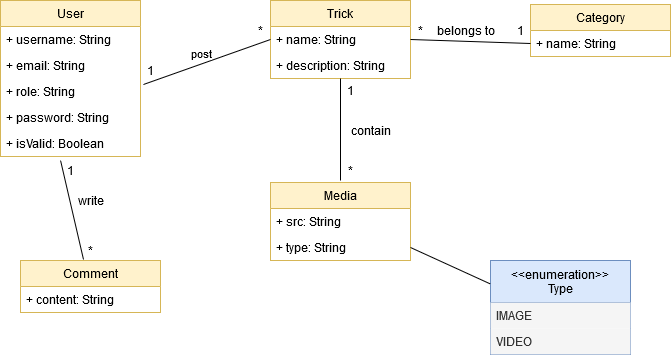
This is diagrams/Class.png from Eredost/SnowTricks, a draw.io export, as it was before one commit. Source tidied: cells renumbered, new cells last; positions are measured from the earlier drawing's top-left corner, leaving out a move shared by most shapes.
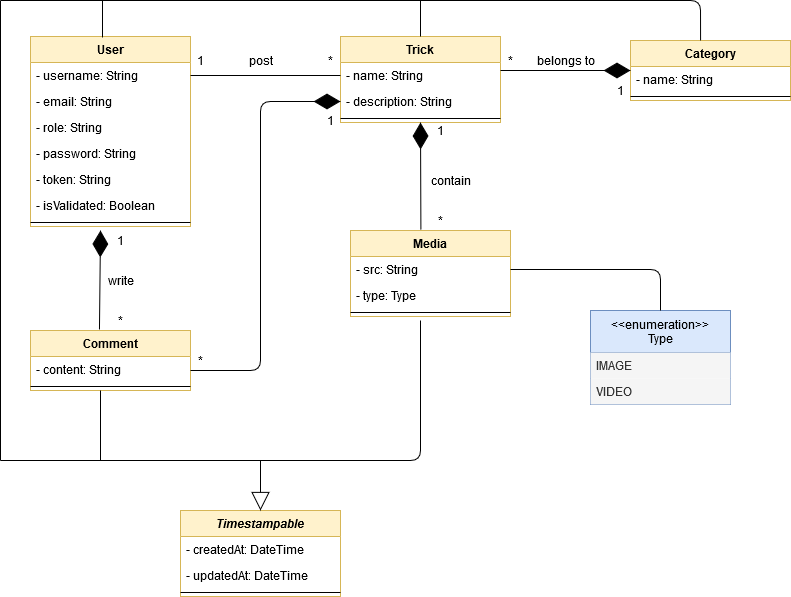
The same file after the commit.

Commit message:
docs: update class diagram

Diff of the diagram source:
```diff
@@ -2,56 +2,41 @@
   <root>
     <mxCell id="0" />
     <mxCell id="1" parent="0" />
-    <mxCell id="2" value="User" style="swimlane;fontStyle=0;horizontal=1;startSize=26;fillColor=#fff2cc;strokeColor=#d6b656;" parent="1" vertex="1">
-      <mxGeometry width="140" height="156" as="geometry" />
-    </mxCell>
-    <mxCell id="3" value="+ username: String" style="text;strokeColor=none;fillColor=none;align=left;verticalAlign=top;spacingLeft=4;spacingRight=4;overflow=hidden;" parent="2" vertex="1">
-      <mxGeometry y="26" width="140" height="26" as="geometry" />
-    </mxCell>
-    <mxCell id="4" value="+ email: String" style="text;strokeColor=none;fillColor=none;align=left;verticalAlign=top;spacingLeft=4;spacingRight=4;overflow=hidden;" parent="2" vertex="1">
-      <mxGeometry y="52" width="140" height="26" as="geometry" />
-    </mxCell>
-    <mxCell id="5" value="+ role: String" style="text;strokeColor=none;fillColor=none;align=left;verticalAlign=top;spacingLeft=4;spacingRight=4;overflow=hidden;points=[[0,0.5],[1,0.5]];portConstraint=eastwest;" parent="2" vertex="1">
-      <mxGeometry y="78" width="140" height="26" as="geometry" />
-    </mxCell>
-    <mxCell id="6" value="+ password: String" style="text;strokeColor=none;fillColor=none;align=left;verticalAlign=top;spacingLeft=4;spacingRight=4;overflow=hidden;" parent="2" vertex="1">
-      <mxGeometry y="104" width="140" height="26" as="geometry" />
-    </mxCell>
-    <mxCell id="7" value="+ isValid: Boolean" style="text;strokeColor=none;fillColor=none;align=left;verticalAlign=top;spacingLeft=4;spacingRight=4;overflow=hidden;points=[[0,0.5],[1,0.5]];portConstraint=eastwest;" parent="2" vertex="1">
-      <mxGeometry y="130" width="140" height="26" as="geometry" />
-    </mxCell>
-    <mxCell id="8" value="Comment" style="swimlane;fontStyle=0;horizontal=1;startSize=26;fillColor=#fff2cc;strokeColor=#d6b656;" parent="1" vertex="1">
-      <mxGeometry x="20" y="260" width="140" height="52" as="geometry" />
-    </mxCell>
-    <mxCell id="9" value="+ content: String" style="text;strokeColor=none;fillColor=none;align=left;verticalAlign=top;spacingLeft=4;spacingRight=4;overflow=hidden;" parent="8" vertex="1">
-      <mxGeometry y="26" width="140" height="26" as="geometry" />
-    </mxCell>
+    <mxCell id="13" value="Category" style="swimlane;fontStyle=1;align=center;verticalAlign=top;horizontal=1;startSize=26;fillColor=#fff2cc;strokeColor=#d6b656;" parent="1" vertex="1">
+      <mxGeometry x="550" y="420" width="160" height="60" as="geometry" />
+    </mxCell>
+    <mxCell id="38" value="- name: String" style="text;strokeColor=none;fillColor=none;align=left;verticalAlign=top;spacingLeft=4;spacingRight=4;overflow=hidden;" parent="13" vertex="1">
+      <mxGeometry y="26" width="160" height="26" as="geometry" />
+    </mxCell>
+    <mxCell id="39" style="line;strokeWidth=1;fillColor=none;align=left;verticalAlign=middle;spacingTop=-1;spacingLeft=3;spacingRight=3;labelPosition=right;" parent="13" vertex="1">
+      <mxGeometry y="52" width="160" height="8" as="geometry" />
+    </mxCell>
-    <mxCell id="10" value="Trick" style="swimlane;fontStyle=0;horizontal=1;startSize=26;fillColor=#fff2cc;strokeColor=#d6b656;" parent="1" vertex="1">
-      <mxGeometry x="270" width="140" height="78" as="geometry" />
+    <mxCell id="10" value="Trick" style="swimlane;fontStyle=1;align=center;verticalAlign=top;horizontal=1;startSize=26;fillColor=#fff2cc;strokeColor=#d6b656;" parent="1" vertex="1">
+      <mxGeometry x="260" y="416" width="160" height="86" as="geometry" />
     </mxCell>
-    <mxCell id="11" value="+ name: String" style="text;strokeColor=none;fillColor=none;align=left;verticalAlign=top;spacingLeft=4;spacingRight=4;overflow=hidden;points=[[0,0.5],[1,0.5]];portConstraint=eastwest;" parent="10" vertex="1">
-      <mxGeometry y="26" width="140" height="26" as="geometry" />
-    </mxCell>
-    <mxCell id="12" value="+ description: String" style="text;strokeColor=none;fillColor=none;align=left;verticalAlign=top;spacingLeft=4;spacingRight=4;overflow=hidden;" parent="10" vertex="1">
-      <mxGeometry y="52" width="140" height="26" as="geometry" />
-    </mxCell>
-    <mxCell id="13" value="Category" style="swimlane;fontStyle=0;horizontal=1;startSize=26;fillColor=#fff2cc;strokeColor=#d6b656;" parent="1" vertex="1">
-      <mxGeometry x="530" y="4" width="140" height="52" as="geometry" />
-    </mxCell>
-    <mxCell id="14" value="+ name: String" style="text;strokeColor=none;fillColor=none;align=left;verticalAlign=top;spacingLeft=4;spacingRight=4;overflow=hidden;points=[[0,0.5],[1,0.5]];portConstraint=eastwest;" parent="13" vertex="1">
-      <mxGeometry y="26" width="140" height="26" as="geometry" />
-    </mxCell>
+    <mxCell id="40" value="- name: String" style="text;strokeColor=none;fillColor=none;align=left;verticalAlign=top;spacingLeft=4;spacingRight=4;overflow=hidden;points=[[0,0.5],[1,0.5]];portConstraint=eastwest;" parent="10" vertex="1">
+      <mxGeometry y="26" width="160" height="26" as="geometry" />
+    </mxCell>
+    <mxCell id="41" value="- description: String" style="text;strokeColor=none;fillColor=none;align=left;verticalAlign=top;spacingLeft=4;spacingRight=4;overflow=hidden;points=[[0,0.5],[1,0.5]];portConstraint=eastwest;" parent="10" vertex="1">
+      <mxGeometry y="52" width="160" height="26" as="geometry" />
+    </mxCell>
+    <mxCell id="42" style="line;strokeWidth=1;fillColor=none;align=left;verticalAlign=middle;spacingTop=-1;spacingLeft=3;spacingRight=3;labelPosition=right;" parent="10" vertex="1">
+      <mxGeometry y="78" width="160" height="8" as="geometry" />
+    </mxCell>
-    <mxCell id="15" value="Media" style="swimlane;fontStyle=0;horizontal=1;startSize=26;fillColor=#fff2cc;strokeColor=#d6b656;" parent="1" vertex="1">
-      <mxGeometry x="270" y="182" width="140" height="78" as="geometry" />
+    <mxCell id="15" value="Media" style="swimlane;fontStyle=1;align=center;verticalAlign=top;horizontal=1;startSize=26;fillColor=#fff2cc;strokeColor=#d6b656;" parent="1" vertex="1">
+      <mxGeometry x="270" y="610" width="160" height="86" as="geometry" />
     </mxCell>
-    <mxCell id="16" value="+ src: String" style="text;strokeColor=none;fillColor=none;align=left;verticalAlign=top;spacingLeft=4;spacingRight=4;overflow=hidden;" parent="15" vertex="1">
-      <mxGeometry y="26" width="140" height="26" as="geometry" />
-    </mxCell>
-    <mxCell id="17" value="+ type: String" style="text;strokeColor=none;fillColor=none;align=left;verticalAlign=top;spacingLeft=4;spacingRight=4;overflow=hidden;points=[[0,0.5],[1,0.5]];portConstraint=eastwest;" parent="15" vertex="1">
-      <mxGeometry y="52" width="140" height="26" as="geometry" />
-    </mxCell>
+    <mxCell id="43" value="- src: String" style="text;strokeColor=none;fillColor=none;align=left;verticalAlign=top;spacingLeft=4;spacingRight=4;overflow=hidden;points=[[0,0.5],[1,0.5]];portConstraint=eastwest;" parent="15" vertex="1">
+      <mxGeometry y="26" width="160" height="26" as="geometry" />
+    </mxCell>
+    <mxCell id="44" value="- type: Type" style="text;strokeColor=none;fillColor=none;align=left;verticalAlign=top;spacingLeft=4;spacingRight=4;overflow=hidden;" parent="15" vertex="1">
+      <mxGeometry y="52" width="160" height="26" as="geometry" />
+    </mxCell>
+    <mxCell id="45" style="line;strokeWidth=1;fillColor=none;align=left;verticalAlign=middle;spacingTop=-1;spacingLeft=3;spacingRight=3;labelPosition=right;" parent="15" vertex="1">
+      <mxGeometry y="78" width="160" height="8" as="geometry" />
+    </mxCell>
     <mxCell id="18" value="&lt;&lt;enumeration&gt;&gt;&#10;Type" style="swimlane;fontStyle=0;horizontal=1;startSize=42;fillColor=#dae8fc;strokeColor=#6c8ebf;" parent="1" vertex="1">
-      <mxGeometry x="490" y="260" width="140" height="94" as="geometry" />
+      <mxGeometry x="510" y="690" width="140" height="94" as="geometry" />
     </mxCell>
     <mxCell id="19" value="IMAGE" style="text;align=left;verticalAlign=top;spacingLeft=4;spacingRight=4;overflow=hidden;fontColor=#333333;fillColor=#f5f5f5;" parent="18" vertex="1">
       <mxGeometry y="42" width="140" height="26" as="geometry" />
@@ -59,60 +44,169 @@
     <mxCell id="20" value="VIDEO" style="text;fillColor=#f5f5f5;align=left;verticalAlign=top;spacingLeft=4;spacingRight=4;overflow=hidden;fontColor=#333333;" parent="18" vertex="1">
       <mxGeometry y="68" width="140" height="26" as="geometry" />
     </mxCell>
-    <mxCell id="21" style="endArrow=none;html=1;exitX=1.021;exitY=0.231;exitDx=0;exitDy=0;exitPerimeter=0;entryX=0;entryY=0.5;entryDx=0;entryDy=0;" parent="1" edge="1" source="5" target="11">
-      <mxGeometry relative="1" as="geometry" />
-    </mxCell>
+    <mxCell id="46" style="endArrow=none;html=1;exitX=1;exitY=0.5;exitDx=0;exitDy=0;entryX=0.5;entryY=0;entryDx=0;entryDy=0;" parent="1" edge="1" source="43" target="18">
+      <mxGeometry relative="1" as="geometry">
+        <Array as="points">
+          <mxPoint x="580" y="649" />
+        </Array>
+      </mxGeometry>
+    </mxCell>
+    <mxCell id="2" value="User" style="swimlane;fontStyle=1;align=center;verticalAlign=top;horizontal=1;startSize=26;fillColor=#fff2cc;strokeColor=#d6b656;" parent="1" vertex="1">
+      <mxGeometry x="-50" y="416" width="160" height="190" as="geometry" />
+    </mxCell>
+    <mxCell id="47" value="- username: String" style="text;strokeColor=none;fillColor=none;align=left;verticalAlign=top;spacingLeft=4;spacingRight=4;overflow=hidden;points=[[0,0.5],[1,0.5]];portConstraint=eastwest;" parent="2" vertex="1">
+      <mxGeometry y="26" width="160" height="26" as="geometry" />
+    </mxCell>
+    <mxCell id="48" value="- email: String" style="text;strokeColor=none;fillColor=none;align=left;verticalAlign=top;spacingLeft=4;spacingRight=4;overflow=hidden;" parent="2" vertex="1">
+      <mxGeometry y="52" width="160" height="26" as="geometry" />
+    </mxCell>
+    <mxCell id="49" value="- role: String" style="text;strokeColor=none;fillColor=none;align=left;verticalAlign=top;spacingLeft=4;spacingRight=4;overflow=hidden;" parent="2" vertex="1">
+      <mxGeometry y="78" width="160" height="26" as="geometry" />
+    </mxCell>
+    <mxCell id="50" value="- password: String" style="text;strokeColor=none;fillColor=none;align=left;verticalAlign=top;spacingLeft=4;spacingRight=4;overflow=hidden;" parent="2" vertex="1">
+      <mxGeometry y="104" width="160" height="26" as="geometry" />
+    </mxCell>
+    <mxCell id="51" value="- token: String" style="text;strokeColor=none;fillColor=none;align=left;verticalAlign=top;spacingLeft=4;spacingRight=4;overflow=hidden;" parent="2" vertex="1">
+      <mxGeometry y="130" width="160" height="26" as="geometry" />
+    </mxCell>
+    <mxCell id="52" value="- isValidated: Boolean" style="text;strokeColor=none;fillColor=none;align=left;verticalAlign=top;spacingLeft=4;spacingRight=4;overflow=hidden;" parent="2" vertex="1">
+      <mxGeometry y="156" width="160" height="26" as="geometry" />
+    </mxCell>
+    <mxCell id="53" style="line;strokeWidth=1;fillColor=none;align=left;verticalAlign=middle;spacingTop=-1;spacingLeft=3;spacingRight=3;labelPosition=right;" parent="2" vertex="1">
+      <mxGeometry y="182" width="160" height="8" as="geometry" />
+    </mxCell>
+    <mxCell id="8" value="Comment" style="swimlane;fontStyle=1;align=center;verticalAlign=top;horizontal=1;startSize=26;fillColor=#fff2cc;strokeColor=#d6b656;" parent="1" vertex="1">
+      <mxGeometry x="-50" y="710" width="160" height="60" as="geometry" />
+    </mxCell>
+    <mxCell id="54" value="- content: String" style="text;strokeColor=none;fillColor=none;align=left;verticalAlign=top;spacingLeft=4;spacingRight=4;overflow=hidden;" parent="8" vertex="1">
+      <mxGeometry y="26" width="160" height="26" as="geometry" />
+    </mxCell>
+    <mxCell id="55" style="line;strokeWidth=1;fillColor=none;align=left;verticalAlign=middle;spacingTop=-1;spacingLeft=3;spacingRight=3;labelPosition=right;" parent="8" vertex="1">
+      <mxGeometry y="52" width="160" height="8" as="geometry" />
+    </mxCell>
+    <mxCell id="56" style="endArrow=diamondThin;endFill=1;endSize=24;html=1;" parent="1" edge="1">
+      <mxGeometry relative="1" as="geometry">
+        <mxPoint x="420" y="450" as="sourcePoint" />
+        <mxPoint x="550" y="450" as="targetPoint" />
+      </mxGeometry>
+    </mxCell>
+    <mxCell id="57" value="*" style="text;html=1;align=center;verticalAlign=middle;" parent="1" vertex="1">
+      <mxGeometry x="420" y="430" width="20" height="20" as="geometry" />
+    </mxCell>
+    <mxCell id="58" value="1" style="text;html=1;align=center;verticalAlign=middle;" parent="1" vertex="1">
+      <mxGeometry x="530" y="460" width="20" height="20" as="geometry" />
+    </mxCell>
+    <mxCell id="59" style="endArrow=diamondThin;endFill=1;endSize=24;html=1;entryX=0.5;entryY=1;entryDx=0;entryDy=0;exitX=0.44;exitY=-0.008;exitDx=0;exitDy=0;exitPerimeter=0;" parent="1" edge="1" source="15" target="10">
+      <mxGeometry relative="1" as="geometry" />
+    </mxCell>
+    <mxCell id="35" value="belongs to" style="text;html=1;align=center;verticalAlign=middle;" parent="1" vertex="1">
+      <mxGeometry x="450" y="430" width="70" height="20" as="geometry" />
+    </mxCell>
+    <mxCell id="60" style="endArrow=diamondThin;endFill=1;endSize=24;html=1;entryX=0;entryY=0.5;entryDx=0;entryDy=0;" parent="1" edge="1" target="41">
+      <mxGeometry relative="1" as="geometry">
+        <mxPoint x="110" y="750" as="sourcePoint" />
+        <Array as="points">
+          <mxPoint x="180" y="750" />
+          <mxPoint x="180" y="481" />
+        </Array>
+      </mxGeometry>
+    </mxCell>
+    <mxCell id="61" style="endArrow=diamondThin;endFill=1;endSize=24;html=1;exitX=0.431;exitY=-0.017;exitDx=0;exitDy=0;exitPerimeter=0;" parent="1" edge="1" source="8">
+      <mxGeometry relative="1" as="geometry">
+        <mxPoint x="20" y="610" as="targetPoint" />
+      </mxGeometry>
+    </mxCell>
+    <mxCell id="62" value="1" style="text;html=1;align=center;verticalAlign=middle;" parent="1" vertex="1">
+      <mxGeometry x="350" y="500" width="20" height="20" as="geometry" />
+    </mxCell>
+    <mxCell id="63" value="*" style="text;html=1;align=center;verticalAlign=middle;" parent="1" vertex="1">
+      <mxGeometry x="350" y="590" width="20" height="20" as="geometry" />
+    </mxCell>
+    <mxCell id="31" value="contain" style="text;html=1;align=center;verticalAlign=middle;" parent="1" vertex="1">
+      <mxGeometry x="340" y="550" width="60" height="20" as="geometry" />
+    </mxCell>
+    <mxCell id="64" style="endArrow=none;html=1;exitX=1;exitY=0.5;exitDx=0;exitDy=0;entryX=0;entryY=0.5;entryDx=0;entryDy=0;" parent="1" edge="1" source="47" target="40">
+      <mxGeometry relative="1" as="geometry" />
+    </mxCell>
-    <mxCell id="22" value="post" style="edgeLabel;html=1;align=center;verticalAlign=middle;" parent="21" vertex="1">
-      <mxGeometry x="-0.53" y="2" relative="1" as="geometry">
-        <mxPoint x="28.5" y="-19.8" as="offset" />
-      </mxGeometry>
+    <mxCell id="22" value="post" style="text;html=1;align=center;verticalAlign=middle;" parent="1" vertex="1">
+      <mxGeometry x="160" y="430" width="40" height="20" as="geometry" />
     </mxCell>
-    <mxCell id="23" value="1" style="text;html=1;align=center;verticalAlign=middle;" parent="1" vertex="1">
-      <mxGeometry x="140" y="60" width="20" height="20" as="geometry" />
-    </mxCell>
-    <mxCell id="24" value="*" style="text;html=1;align=center;verticalAlign=middle;" parent="1" vertex="1">
-      <mxGeometry x="250" y="20" width="20" height="20" as="geometry" />
-    </mxCell>
-    <mxCell id="25" style="endArrow=none;html=1;exitX=0.429;exitY=1.154;exitDx=0;exitDy=0;exitPerimeter=0;entryX=0.45;entryY=-0.019;entryDx=0;entryDy=0;entryPerimeter=0;" parent="1" edge="1" source="7" target="8">
-      <mxGeometry relative="1" as="geometry" />
-    </mxCell>
+    <mxCell id="65" value="1" style="text;html=1;align=center;verticalAlign=middle;" parent="1" vertex="1">
+      <mxGeometry x="110" y="430" width="20" height="20" as="geometry" />
+    </mxCell>
+    <mxCell id="66" value="*" style="text;html=1;align=center;verticalAlign=middle;" parent="1" vertex="1">
+      <mxGeometry x="240" y="430" width="20" height="20" as="geometry" />
+    </mxCell>
     <mxCell id="26" value="write" style="text;html=1;align=center;verticalAlign=middle;" parent="1" vertex="1">
-      <mxGeometry x="70" y="190" width="40" height="20" as="geometry" />
+      <mxGeometry x="20" y="650" width="40" height="20" as="geometry" />
     </mxCell>
-    <mxCell id="27" value="1" style="text;html=1;align=center;verticalAlign=middle;" parent="1" vertex="1">
-      <mxGeometry x="60" y="160" width="20" height="20" as="geometry" />
-    </mxCell>
-    <mxCell id="28" value="*" style="text;html=1;align=center;verticalAlign=middle;" parent="1" vertex="1">
-      <mxGeometry x="80" y="240" width="20" height="20" as="geometry" />
-    </mxCell>
-    <mxCell id="29" style="endArrow=none;html=1;entryX=1;entryY=0.5;entryDx=0;entryDy=0;exitX=0;exitY=0.25;exitDx=0;exitDy=0;" parent="1" edge="1" source="18" target="17">
-      <mxGeometry relative="1" as="geometry" />
-    </mxCell>
-    <mxCell id="30" style="endArrow=none;html=1;entryX=0.5;entryY=1;entryDx=0;entryDy=0;" parent="1" edge="1" target="10">
-      <mxGeometry relative="1" as="geometry">
-        <mxPoint x="340" y="180" as="sourcePoint" />
-      </mxGeometry>
-    </mxCell>
-    <mxCell id="31" value="contain" style="text;html=1;align=center;verticalAlign=middle;" parent="1" vertex="1">
-      <mxGeometry x="340" y="120" width="60" height="20" as="geometry" />
-    </mxCell>
-    <mxCell id="32" value="1" style="text;html=1;align=center;verticalAlign=middle;" parent="1" vertex="1">
-      <mxGeometry x="340" y="80" width="20" height="20" as="geometry" />
-    </mxCell>
-    <mxCell id="33" value="*" style="text;html=1;align=center;verticalAlign=middle;" parent="1" vertex="1">
-      <mxGeometry x="340" y="160" width="20" height="20" as="geometry" />
-    </mxCell>
-    <mxCell id="34" style="endArrow=none;html=1;exitX=1;exitY=0.5;exitDx=0;exitDy=0;entryX=0;entryY=0.5;entryDx=0;entryDy=0;" parent="1" edge="1" source="10" target="14">
-      <mxGeometry relative="1" as="geometry" />
-    </mxCell>
-    <mxCell id="35" value="belongs to" style="text;html=1;align=center;verticalAlign=middle;" parent="1" vertex="1">
-      <mxGeometry x="430" y="20" width="70" height="20" as="geometry" />
-    </mxCell>
-    <mxCell id="36" value="*" style="text;html=1;align=center;verticalAlign=middle;" parent="1" vertex="1">
-      <mxGeometry x="410" y="20" width="20" height="20" as="geometry" />
-    </mxCell>
-    <mxCell id="37" value="1" style="text;html=1;align=center;verticalAlign=middle;" parent="1" vertex="1">
-      <mxGeometry x="510" y="20" width="20" height="20" as="geometry" />
-    </mxCell>
+    <mxCell id="67" value="1" style="text;html=1;align=center;verticalAlign=middle;" parent="1" vertex="1">
+      <mxGeometry x="30" y="610" width="20" height="20" as="geometry" />
+    </mxCell>
+    <mxCell id="68" value="*" style="text;html=1;align=center;verticalAlign=middle;" parent="1" vertex="1">
+      <mxGeometry x="30" y="690" width="20" height="20" as="geometry" />
+    </mxCell>
+    <mxCell id="69" value="1" style="text;html=1;align=center;verticalAlign=middle;" parent="1" vertex="1">
+      <mxGeometry x="240" y="490" width="20" height="20" as="geometry" />
+    </mxCell>
+    <mxCell id="70" value="*" style="text;html=1;align=center;verticalAlign=middle;" parent="1" vertex="1">
+      <mxGeometry x="110" y="730" width="20" height="20" as="geometry" />
+    </mxCell>
+    <mxCell id="71" value="Timestampable" style="swimlane;fontStyle=3;align=center;verticalAlign=top;horizontal=1;startSize=26;fillColor=#fff2cc;strokeColor=#d6b656;" parent="1" vertex="1">
+      <mxGeometry x="100" y="890" width="160" height="86" as="geometry" />
+    </mxCell>
+    <mxCell id="72" value="- createdAt: DateTime" style="text;strokeColor=none;fillColor=none;align=left;verticalAlign=top;spacingLeft=4;spacingRight=4;overflow=hidden;" parent="71" vertex="1">
+      <mxGeometry y="26" width="160" height="26" as="geometry" />
+    </mxCell>
+    <mxCell id="73" value="- updatedAt: DateTime" style="text;strokeColor=none;fillColor=none;align=left;verticalAlign=top;spacingLeft=4;spacingRight=4;overflow=hidden;" parent="71" vertex="1">
+      <mxGeometry y="52" width="160" height="26" as="geometry" />
+    </mxCell>
+    <mxCell id="74" style="line;strokeWidth=1;fillColor=none;align=left;verticalAlign=middle;spacingTop=-1;spacingLeft=3;spacingRight=3;labelPosition=right;" parent="71" vertex="1">
+      <mxGeometry y="78" width="160" height="8" as="geometry" />
+    </mxCell>
+    <mxCell id="75" style="endArrow=none;html=1;" parent="1" edge="1">
+      <mxGeometry relative="1" as="geometry">
+        <mxPoint x="-80" y="380" as="sourcePoint" />
+        <mxPoint x="-80" y="840" as="targetPoint" />
+      </mxGeometry>
+    </mxCell>
+    <mxCell id="76" style="endArrow=none;html=1;entryX=0.438;entryY=0;entryDx=0;entryDy=0;entryPerimeter=0;" parent="1" edge="1" target="13">
+      <mxGeometry relative="1" as="geometry">
+        <mxPoint x="-80" y="380" as="sourcePoint" />
+        <Array as="points">
+          <mxPoint x="620" y="380" />
+        </Array>
+      </mxGeometry>
+    </mxCell>
+    <mxCell id="77" style="endArrow=none;html=1;exitX=0.5;exitY=0;exitDx=0;exitDy=0;" parent="1" edge="1" source="10">
+      <mxGeometry relative="1" as="geometry">
+        <mxPoint x="340" y="380" as="targetPoint" />
+      </mxGeometry>
+    </mxCell>
+    <mxCell id="78" style="endArrow=none;html=1;exitX=0.45;exitY=0.005;exitDx=0;exitDy=0;exitPerimeter=0;" parent="1" edge="1" source="2">
+      <mxGeometry relative="1" as="geometry">
+        <mxPoint x="22" y="380" as="targetPoint" />
+      </mxGeometry>
+    </mxCell>
+    <mxCell id="79" style="endArrow=none;html=1;" parent="1" edge="1">
+      <mxGeometry relative="1" as="geometry">
+        <mxPoint x="-80" y="840" as="sourcePoint" />
+        <mxPoint x="340" y="700" as="targetPoint" />
+        <Array as="points">
+          <mxPoint x="340" y="840" />
+        </Array>
+      </mxGeometry>
+    </mxCell>
+    <mxCell id="80" style="endArrow=none;html=1;" parent="1" edge="1">
+      <mxGeometry relative="1" as="geometry">
+        <mxPoint x="20" y="840" as="sourcePoint" />
+        <mxPoint x="20" y="770" as="targetPoint" />
+      </mxGeometry>
+    </mxCell>
+    <mxCell id="81" style="endArrow=block;endSize=16;endFill=0;html=1;entryX=0.5;entryY=0;entryDx=0;entryDy=0;" parent="1" edge="1" target="71">
+      <mxGeometry relative="1" as="geometry">
+        <mxPoint x="180" y="840" as="sourcePoint" />
+      </mxGeometry>
+    </mxCell>
   </root>
 </mxGraphModel>
```
